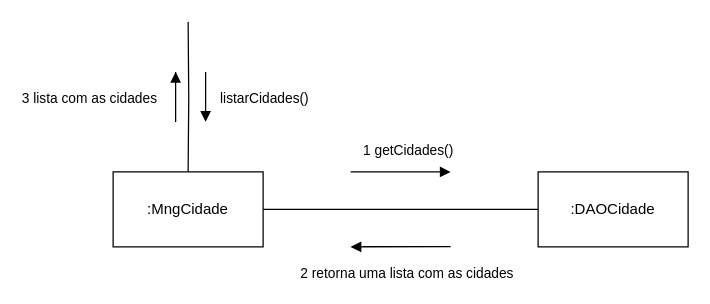
This is page "listarCidades" (1 of 10) of diagram de comunicação.drawio from LuizGustavoNascimeto/draw.io, a draw.io file, before an edit. Source tidied: cells renumbered, new cells numbered last; positions are measured from the earlier drawing's top-left corner, leaving out a move shared by most shapes. Both pictures are drawn from the tidied source at 125%, with x=0, y=0 at pixel (112, 21).
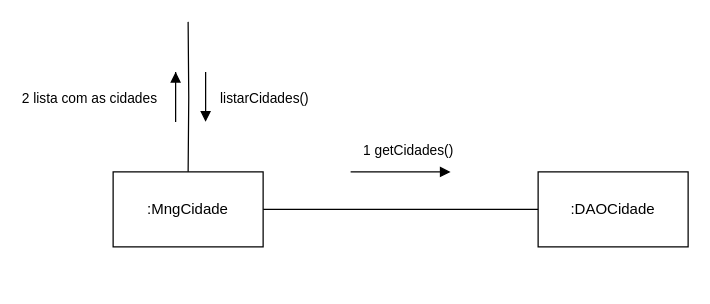
Above is the later version.

The change refers to these unchanged cells:
```xml
<mxCell id="9" style="endArrow=block;html=1;rounded=0;strokeColor=default;align=center;verticalAlign=middle;fontFamily=Helvetica;fontSize=11;fontColor=default;labelBackgroundColor=default;" parent="4" edge="1">
  <mxGeometry relative="1" as="geometry">
    <mxPoint x="50" y="40" as="sourcePoint" />
    <mxPoint x="50" y="40" as="targetPoint" />
    <Array as="points">
      <mxPoint x="50" y="80" />
    </Array>
  </mxGeometry>
</mxCell>
```

The edit, as a diff of the source:
```diff
@@
-    <mxCell id="10" value="&lt;div align=&quot;justify&quot;&gt;3 lista com as cidades&lt;/div&gt;" style="edgeLabel;html=1;align=center;verticalAlign=middle;fontFamily=Helvetica;fontSize=11;fontColor=default;labelBackgroundColor=default;" parent="9" vertex="1">
+    <mxCell id="10" value="&lt;div align=&quot;justify&quot;&gt;2 lista com as cidades&lt;/div&gt;" style="edgeLabel;html=1;align=center;verticalAlign=middle;fontFamily=Helvetica;fontSize=11;fontColor=default;labelBackgroundColor=default;" parent="9" vertex="1">
       <mxGeometry x="-0.28" y="-1" relative="1" as="geometry">
         <mxPoint x="-69" y="-9" as="offset" />
       </mxGeometry>
     </mxCell>
@@
-    <mxCell id="13" style="endArrow=block;html=1;rounded=0;strokeColor=default;align=center;verticalAlign=middle;fontFamily=Helvetica;fontSize=11;fontColor=default;labelBackgroundColor=default;" parent="1" edge="1">
-      <mxGeometry relative="1" as="geometry">
-        <mxPoint x="200" y="179.7" as="sourcePoint" />
-        <mxPoint x="190" y="180" as="targetPoint" />
-        <Array as="points">
-          <mxPoint x="270" y="179.7" />
-        </Array>
-      </mxGeometry>
-    </mxCell>
-    <mxCell id="14" value="&lt;div&gt;2 retorna uma lista com as cidades&lt;/div&gt;" style="edgeLabel;html=1;align=center;verticalAlign=middle;fontFamily=Helvetica;fontSize=11;fontColor=default;labelBackgroundColor=default;rotation=0;" parent="13" vertex="1">
-      <mxGeometry x="-0.28" y="-1" relative="1" as="geometry">
-        <mxPoint x="-20" y="20" as="offset" />
-      </mxGeometry>
-    </mxCell>
```
